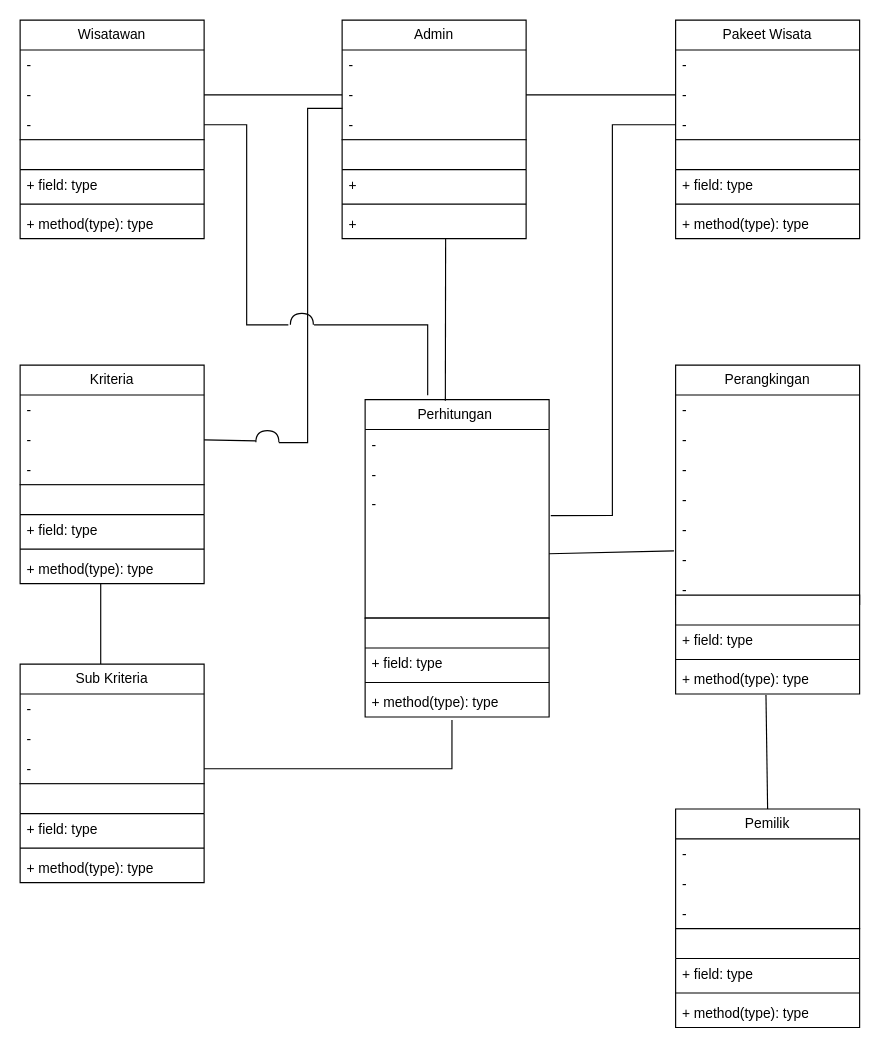
Above: Diagram Tanpa Judul.drawio in muhammadfarhanfadlil/pw2020_43121334 (draw.io), before the change. Source tidied: cells renumbered, new cells numbered last; positions are measured from the earlier drawing's top-left corner, leaving out a move shared by most shapes. Both pictures are drawn from the tidied source at 115%, with x=0, y=0 at pixel (20, 20).
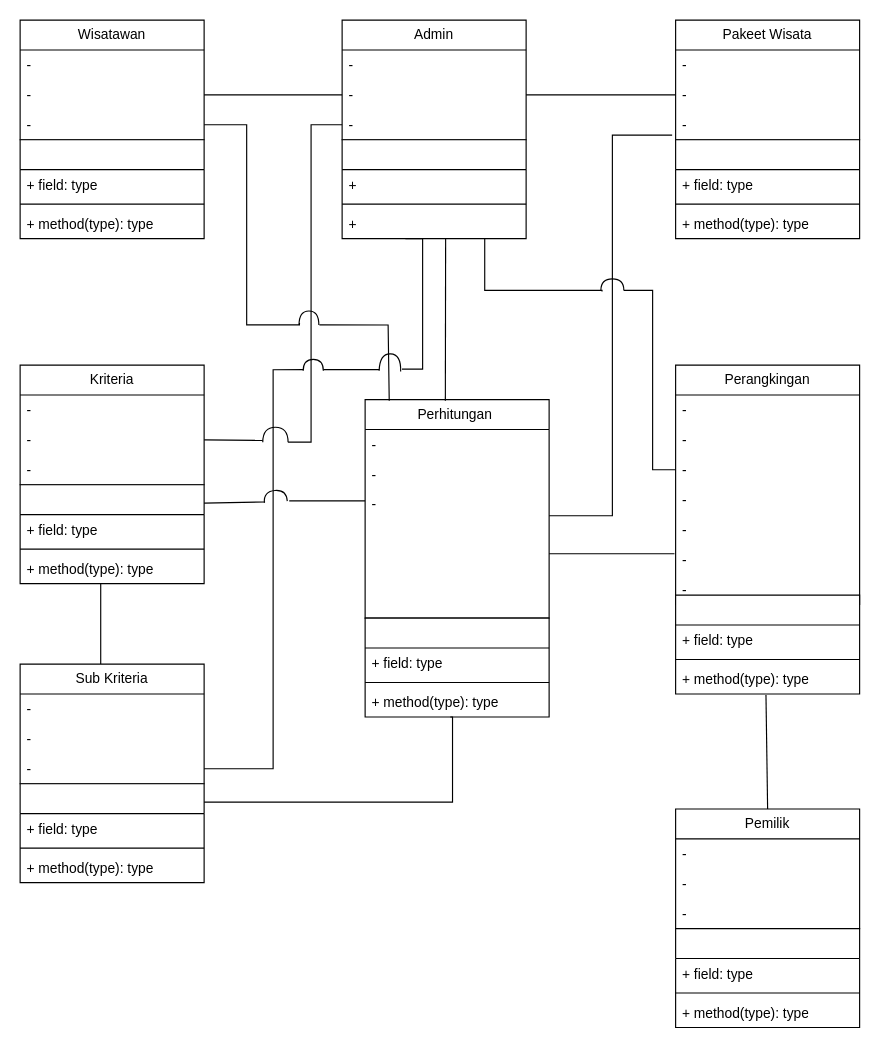
After the change.

Unchanged cells that the change refers to:
```xml
<mxCell id="5" value="-" style="text;strokeColor=none;fillColor=none;align=left;verticalAlign=top;spacingLeft=4;spacingRight=4;overflow=hidden;points=[[0,0.5],[1,0.5]];portConstraint=eastwest;whiteSpace=wrap;html=1;" parent="2" vertex="1">
  <mxGeometry y="78" width="160" height="26" as="geometry" />
</mxCell>
<mxCell id="12" value="-" style="text;strokeColor=none;fillColor=none;align=left;verticalAlign=top;spacingLeft=4;spacingRight=4;overflow=hidden;points=[[0,0.5],[1,0.5]];portConstraint=eastwest;whiteSpace=wrap;html=1;" parent="10" vertex="1">
  <mxGeometry y="52" width="160" height="26" as="geometry" />
</mxCell>
<mxCell id="13" value="-" style="text;strokeColor=none;fillColor=none;align=left;verticalAlign=top;spacingLeft=4;spacingRight=4;overflow=hidden;points=[[0,0.5],[1,0.5]];portConstraint=eastwest;whiteSpace=wrap;html=1;" parent="10" vertex="1">
  <mxGeometry y="78" width="160" height="26" as="geometry" />
</mxCell>
<mxCell id="17" value="+&amp;nbsp;" style="text;strokeColor=none;fillColor=none;align=left;verticalAlign=top;spacingLeft=4;spacingRight=4;overflow=hidden;points=[[0,0.5],[1,0.5]];portConstraint=eastwest;whiteSpace=wrap;html=1;" parent="14" vertex="1">
  <mxGeometry y="60" width="160" height="26" as="geometry" />
</mxCell>
<mxCell id="22" value="-" style="text;strokeColor=none;fillColor=none;align=left;verticalAlign=top;spacingLeft=4;spacingRight=4;overflow=hidden;points=[[0,0.5],[1,0.5]];portConstraint=eastwest;whiteSpace=wrap;html=1;" parent="19" vertex="1">
  <mxGeometry y="78" width="160" height="26" as="geometry" />
</mxCell>
<mxCell id="31" value="-" style="text;strokeColor=none;fillColor=none;align=left;verticalAlign=top;spacingLeft=4;spacingRight=4;overflow=hidden;points=[[0,0.5],[1,0.5]];portConstraint=eastwest;whiteSpace=wrap;html=1;" parent="28" vertex="1">
  <mxGeometry y="78" width="160" height="26" as="geometry" />
</mxCell>
<mxCell id="34" value="-" style="text;strokeColor=none;fillColor=none;align=left;verticalAlign=top;spacingLeft=4;spacingRight=4;overflow=hidden;points=[[0,0.5],[1,0.5]];portConstraint=eastwest;whiteSpace=wrap;html=1;" parent="28" vertex="1">
  <mxGeometry y="156" width="160" height="26" as="geometry" />
</mxCell>
<mxCell id="60" value="-" style="text;strokeColor=none;fillColor=none;align=left;verticalAlign=top;spacingLeft=4;spacingRight=4;overflow=hidden;points=[[0,0.5],[1,0.5]];portConstraint=eastwest;whiteSpace=wrap;html=1;" parent="57" vertex="1">
  <mxGeometry y="78" width="160" height="26" as="geometry" />
</mxCell>
<mxCell id="66" value="Perhitungan&amp;nbsp;" style="swimlane;fontStyle=0;horizontal=1;startSize=26;fillColor=none;whiteSpace=wrap;html=1;" parent="1" vertex="1">
  <mxGeometry x="300" y="330" width="160" height="190" as="geometry" />
</mxCell>
<mxCell id="69" value="-" style="text;strokeColor=none;fillColor=none;align=left;verticalAlign=top;spacingLeft=4;spacingRight=4;overflow=hidden;points=[[0,0.5],[1,0.5]];portConstraint=eastwest;whiteSpace=wrap;html=1;" parent="66" vertex="1">
  <mxGeometry y="78" width="160" height="112" as="geometry" />
</mxCell>
<mxCell id="73" value="+ method(type): type" style="text;strokeColor=none;fillColor=none;align=left;verticalAlign=top;spacingLeft=4;spacingRight=4;overflow=hidden;points=[[0,0.5],[1,0.5]];portConstraint=eastwest;whiteSpace=wrap;html=1;" parent="70" vertex="1">
  <mxGeometry y="60" width="160" height="26" as="geometry" />
</mxCell>
```

Diff of the diagram source:
```diff
@@
-    <mxCell id="74" style="endArrow=none;html=1;rounded=0;exitX=1;exitY=0.5;exitDx=0;exitDy=0;edgeStyle=orthogonalEdgeStyle;elbow=vertical;entryX=0.472;entryY=1.097;entryDx=0;entryDy=0;entryPerimeter=0;" parent="1" edge="1" source="60" target="73">
+    <mxCell id="74" style="endArrow=none;html=1;rounded=0;edgeStyle=orthogonalEdgeStyle;elbow=vertical;entryX=0.463;entryY=1;entryDx=0;entryDy=0;entryPerimeter=0;" parent="1" edge="1" target="73">
       <mxGeometry relative="1" as="geometry">
+        <mxPoint x="160" y="680" as="sourcePoint" />
         <Array as="points">
-          <mxPoint x="375" y="651" />
+          <mxPoint x="376" y="680" />
+          <mxPoint x="376" y="606" />
         </Array>
       </mxGeometry>
     </mxCell>
@@
     <mxCell id="76" style="shape=requiredInterface;html=1;verticalLabelPosition=bottom;sketch=0;rotation=-90;" parent="1" vertex="1">
-      <mxGeometry x="240" y="250" width="10" height="20" as="geometry" />
+      <mxGeometry x="245.1" y="250.4" width="12.1" height="17.2" as="geometry" />
     </mxCell>
-    <mxCell id="77" style="endArrow=none;html=1;rounded=0;exitX=1;exitY=0.5;exitDx=0;exitDy=0;entryX=0;entryY=-0.088;entryDx=0;entryDy=0;entryPerimeter=0;edgeStyle=orthogonalEdgeStyle;" parent="1" edge="1" source="5" target="76">
+    <mxCell id="77" style="endArrow=none;html=1;rounded=0;exitX=1;exitY=0.5;exitDx=0;exitDy=0;edgeStyle=orthogonalEdgeStyle;entryX=0.133;entryY=0.022;entryDx=0;entryDy=0;entryPerimeter=0;" parent="1" edge="1" source="5" target="76">
       <mxGeometry relative="1" as="geometry">
         <Array as="points">
           <mxPoint x="197" y="91" />
           <mxPoint x="197" y="265" />
+          <mxPoint x="243" y="265" />
         </Array>
       </mxGeometry>
     </mxCell>
-    <mxCell id="78" style="endArrow=none;html=1;rounded=0;exitX=0;exitY=1.029;exitDx=0;exitDy=0;exitPerimeter=0;entryX=0.34;entryY=-0.02;entryDx=0;entryDy=0;entryPerimeter=0;edgeStyle=orthogonalEdgeStyle;" parent="1" edge="1" source="76" target="66">
+    <mxCell id="78" style="endArrow=none;html=1;rounded=0;exitX=0;exitY=1.029;exitDx=0;exitDy=0;exitPerimeter=0;edgeStyle=orthogonalEdgeStyle;entryX=0.131;entryY=0.005;entryDx=0;entryDy=0;entryPerimeter=0;" parent="1" edge="1" source="76" target="66">
       <mxGeometry relative="1" as="geometry">
         <Array as="points">
-          <mxPoint x="354" y="265" />
+          <mxPoint x="320" y="265" />
         </Array>
       </mxGeometry>
     </mxCell>
     <mxCell id="79" style="shape=requiredInterface;html=1;verticalLabelPosition=bottom;sketch=0;rotation=-90;" parent="1" vertex="1">
-      <mxGeometry x="210" y="352" width="10" height="20" as="geometry" />
+      <mxGeometry x="215.5" y="349.5" width="13" height="22" as="geometry" />
     </mxCell>
-    <mxCell id="80" style="endArrow=none;html=1;rounded=0;exitX=-0.035;exitY=1;exitDx=0;exitDy=0;exitPerimeter=0;entryX=0.002;entryY=0.952;entryDx=0;entryDy=0;entryPerimeter=0;edgeStyle=orthogonalEdgeStyle;" parent="1" edge="1" source="79" target="12">
-      <mxGeometry relative="1" as="geometry">
-        <Array as="points">
-          <mxPoint x="250" y="367" />
-          <mxPoint x="250" y="77" />
-        </Array>
-      </mxGeometry>
-    </mxCell>
-    <mxCell id="81" style="endArrow=none;html=1;rounded=0;entryX=0;entryY=0.5;entryDx=0;entryDy=0;exitX=1.009;exitY=0.204;exitDx=0;exitDy=0;exitPerimeter=0;edgeStyle=orthogonalEdgeStyle;" parent="1" edge="1" source="69" target="22">
-      <mxGeometry relative="1" as="geometry" />
-    </mxCell>
-    <mxCell id="82" style="endArrow=none;html=1;rounded=0;exitX=1;exitY=0.5;exitDx=0;exitDy=0;entryX=-0.009;entryY=0.21;entryDx=0;entryDy=0;entryPerimeter=0;" parent="1" edge="1" source="69" target="34">
-      <mxGeometry relative="1" as="geometry" />
+    <mxCell id="82" style="endArrow=none;html=1;rounded=0;exitX=1;exitY=0.5;exitDx=0;exitDy=0;" parent="1" edge="1" source="69">
+      <mxGeometry relative="1" as="geometry">
+        <mxPoint x="569" y="464" as="targetPoint" />
+      </mxGeometry>
     </mxCell>
@@
+    <mxCell id="84" style="endArrow=none;html=1;rounded=0;exitX=1;exitY=0.5;exitDx=0;exitDy=0;entryX=0.1;entryY=0;entryDx=0;entryDy=0;entryPerimeter=0;edgeStyle=orthogonalEdgeStyle;" parent="1" edge="1" source="60" target="87">
+      <mxGeometry relative="1" as="geometry">
+        <Array as="points">
+          <mxPoint x="220" y="651" />
+          <mxPoint x="220" y="304" />
+        </Array>
+      </mxGeometry>
+    </mxCell>
+    <mxCell id="85" style="endArrow=none;html=1;rounded=0;exitX=0.1;exitY=1;exitDx=0;exitDy=0;exitPerimeter=0;entryX=0.065;entryY=0.007;entryDx=0;entryDy=0;entryPerimeter=0;" parent="1" edge="1" source="87" target="86">
+      <mxGeometry relative="1" as="geometry" />
+    </mxCell>
+    <mxCell id="86" style="shape=requiredInterface;html=1;verticalLabelPosition=bottom;sketch=0;rotation=-88;" parent="1" vertex="1">
+      <mxGeometry x="314.3" y="288.4" width="15" height="18.7" as="geometry" />
+    </mxCell>
+    <mxCell id="87" style="shape=requiredInterface;html=1;verticalLabelPosition=bottom;sketch=0;rotation=-90;" parent="1" vertex="1">
+      <mxGeometry x="249.9" y="291.2" width="10" height="17.5" as="geometry" />
+    </mxCell>
+    <mxCell id="88" style="endArrow=none;html=1;rounded=0;exitX=0.139;exitY=1.057;exitDx=0;exitDy=0;exitPerimeter=0;edgeStyle=orthogonalEdgeStyle;" parent="1" edge="1" source="86">
+      <mxGeometry relative="1" as="geometry">
+        <mxPoint x="335" y="190" as="targetPoint" />
+        <Array as="points">
+          <mxPoint x="350" y="304" />
+          <mxPoint x="350" y="190" />
+        </Array>
+      </mxGeometry>
+    </mxCell>
+    <mxCell id="89" style="endArrow=none;html=1;rounded=0;exitX=0;exitY=1;exitDx=0;exitDy=0;exitPerimeter=0;entryX=0;entryY=0.5;entryDx=0;entryDy=0;edgeStyle=orthogonalEdgeStyle;" parent="1" edge="1" source="79" target="13">
+      <mxGeometry relative="1" as="geometry">
+        <Array as="points">
+          <mxPoint x="253" y="367" />
+          <mxPoint x="253" y="91" />
+        </Array>
+      </mxGeometry>
+    </mxCell>
+    <mxCell id="90" style="shape=requiredInterface;html=1;verticalLabelPosition=bottom;sketch=0;rotation=-94;" parent="1" vertex="1">
+      <mxGeometry x="217" y="404" width="10" height="20" as="geometry" />
+    </mxCell>
+    <mxCell id="91" style="endArrow=none;html=1;rounded=0;entryX=0.064;entryY=0.034;entryDx=0;entryDy=0;entryPerimeter=0;" parent="1" edge="1" target="90">
+      <mxGeometry relative="1" as="geometry">
+        <mxPoint x="160" y="420" as="sourcePoint" />
+      </mxGeometry>
+    </mxCell>
+    <mxCell id="92" style="endArrow=none;html=1;rounded=0;exitX=0.017;exitY=1.085;exitDx=0;exitDy=0;exitPerimeter=0;" parent="1" edge="1" source="90">
+      <mxGeometry relative="1" as="geometry">
+        <mxPoint x="300" y="418" as="targetPoint" />
+      </mxGeometry>
+    </mxCell>
+    <mxCell id="93" style="endArrow=none;html=1;rounded=0;entryX=0.775;entryY=1;entryDx=0;entryDy=0;entryPerimeter=0;exitX=-0.1;exitY=0.05;exitDx=0;exitDy=0;exitPerimeter=0;edgeStyle=orthogonalEdgeStyle;" parent="1" edge="1" source="94" target="17">
+      <mxGeometry relative="1" as="geometry">
+        <Array as="points">
+          <mxPoint x="506" y="235" />
+          <mxPoint x="404" y="235" />
+        </Array>
+      </mxGeometry>
+    </mxCell>
+    <mxCell id="94" style="shape=requiredInterface;html=1;verticalLabelPosition=bottom;sketch=0;rotation=-90;" parent="1" vertex="1">
+      <mxGeometry x="510" y="220" width="10" height="20" as="geometry" />
+    </mxCell>
+    <mxCell id="95" style="endArrow=none;html=1;rounded=0;entryX=0;entryY=1;entryDx=0;entryDy=0;entryPerimeter=0;exitX=0;exitY=0.5;exitDx=0;exitDy=0;edgeStyle=orthogonalEdgeStyle;" parent="1" edge="1" source="31" target="94">
+      <mxGeometry relative="1" as="geometry">
+        <Array as="points">
+          <mxPoint x="550" y="391" />
+          <mxPoint x="550" y="235" />
+        </Array>
+      </mxGeometry>
+    </mxCell>
+    <mxCell id="81" style="endArrow=none;html=1;rounded=0;exitX=1;exitY=0.205;exitDx=0;exitDy=0;exitPerimeter=0;entryX=-0.019;entryY=0.846;entryDx=0;entryDy=0;entryPerimeter=0;edgeStyle=orthogonalEdgeStyle;" parent="1" edge="1" source="69" target="22">
+      <mxGeometry relative="1" as="geometry" />
+    </mxCell>
```
